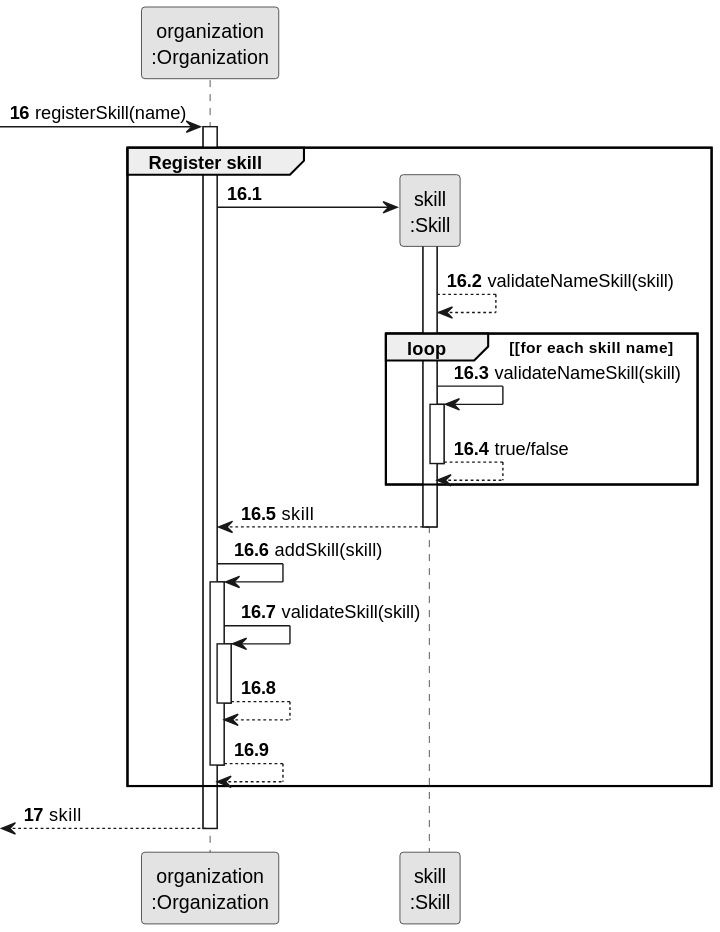
Earlier version of the PlantUML export docs/sprintB/us001/03.design/svg/us001-sequence-diagram-partial-register-skill.svg (SAEmanuel/Green_Spaces_Management_ISEP).
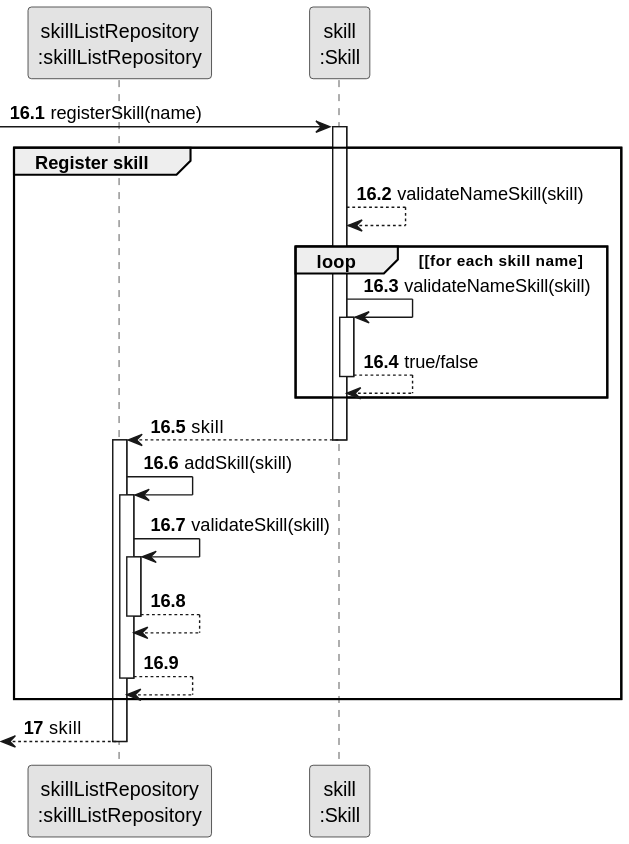
The same file after the commit.

Commit message:
US001 - design (split- register skill) v2.2.0

Change to the diagram source:
```diff
@@ -3,17 +3,15 @@
 skinparam packageStyle rectangle
 skinparam shadowing false
 
-participant "organization\n:Organization" as ORG
+participant "skillListRepository\n:skillListRepository" as ORG
 participant "skill\n:Skill" as EMPREGO
 
 autonumber 16
--> ORG: registerSkill(name)
 
 autonumber 16.1
-activate ORG
-    group Register skill
 
-        ORG -> EMPREGO**:
+        -> EMPREGO: registerSkill(name)
+            group Register skill
             activate EMPREGO
                 EMPREGO --> EMPREGO : validateNameSkill(skill)
 
@@ -25,8 +23,9 @@
                     deactivate EMPREGO
                 end
 
-                EMPREGO --> ORG : skill
+            EMPREGO --> ORG : skill
             deactivate EMPREGO
+            activate ORG
 
 
         ORG -> ORG: addSkill(skill)
```
